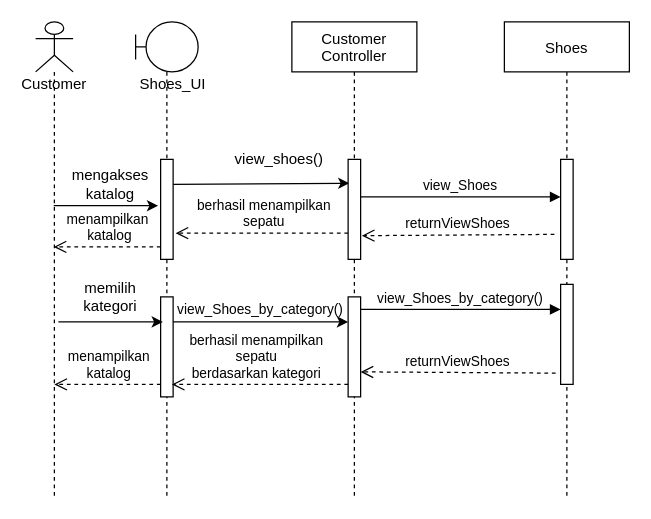
Above: Diagram Tanpa Judul.drawio in nadiatiaraa/classdiagramsepatu (draw.io), before the change. Source tidied: cells renumbered, new cells numbered last; positions are measured from the earlier drawing's top-left corner, leaving out a move shared by most shapes. Both pictures are drawn from the tidied source at 125%, with x=0, y=0 at pixel (29, 21).
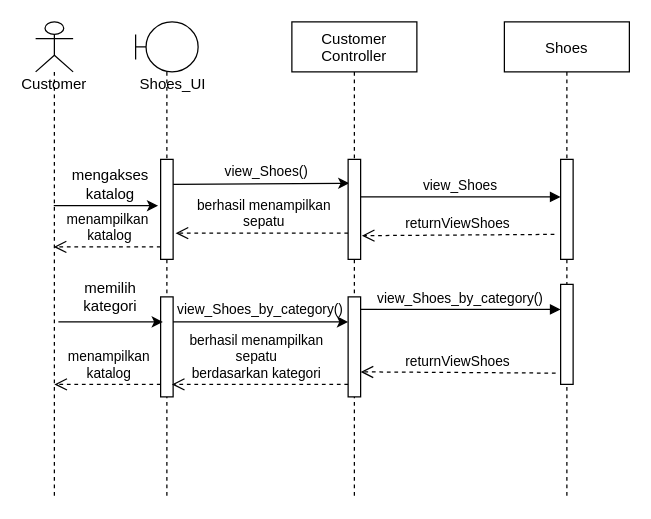
Above is the later version.

Change to the diagram source:
```diff
@@
-    <mxCell id="24" value="view_shoes()" style="text;html=1;strokeColor=none;fillColor=none;align=center;verticalAlign=middle;whiteSpace=wrap;rounded=0;" parent="1" vertex="1">
-      <mxGeometry x="180" y="100" width="40" height="20" as="geometry" />
+    <mxCell id="24" value="&lt;span style=&quot;font-size: 11px ; background-color: rgb(255 , 255 , 255)&quot;&gt;view_Shoes()&lt;/span&gt;" style="text;html=1;strokeColor=none;fillColor=none;align=center;verticalAlign=middle;whiteSpace=wrap;rounded=0;" parent="1" vertex="1">
+      <mxGeometry x="170" y="110" width="40" height="20" as="geometry" />
     </mxCell>
```
